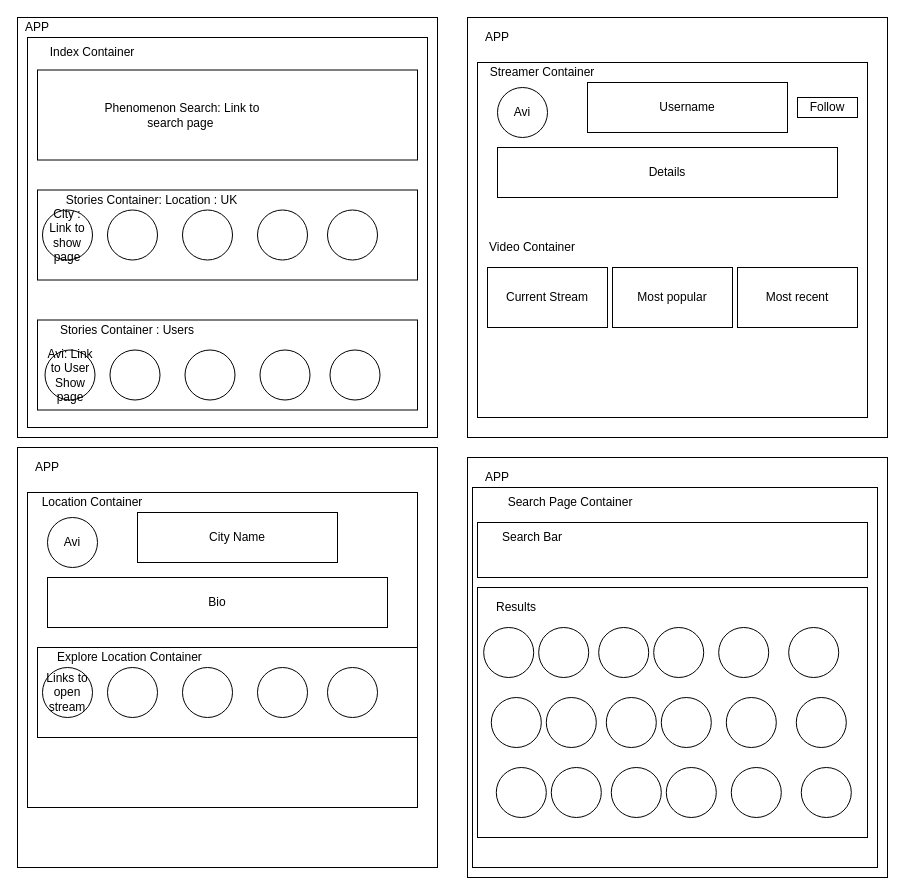
The draw.io diagram frontend.drawio in gbenga/stream-nature-frontend, before the edit. Source tidied: cells renumbered, new cells numbered last; positions are measured from the earlier drawing's top-left corner, leaving out a move shared by most shapes. Both pictures are drawn from the tidied source at 100%, with x=0, y=0 at pixel (17, 17).
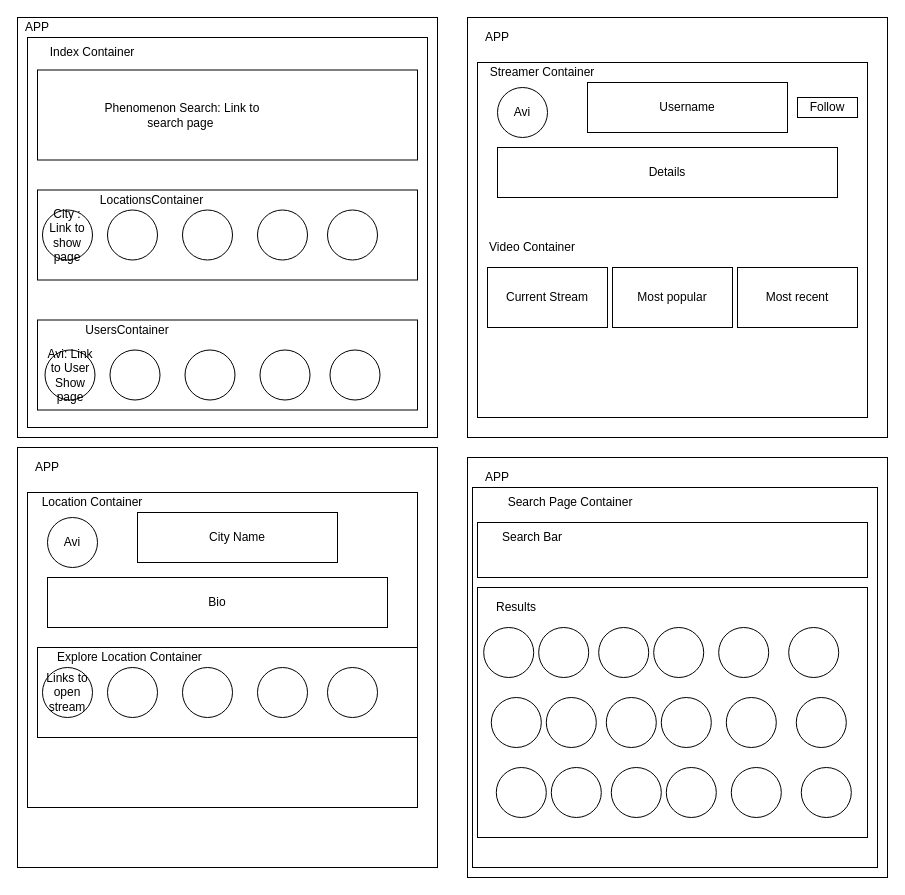
Above is the later version.

What changed in the source:
```diff
@@
-    <mxCell id="24" value="Stories Container: Location : UK" style="text;html=1;strokeColor=none;fillColor=none;align=center;verticalAlign=middle;whiteSpace=wrap;rounded=0;" parent="1" vertex="1">
+    <mxCell id="24" value="LocationsContainer" style="text;html=1;strokeColor=none;fillColor=none;align=center;verticalAlign=middle;whiteSpace=wrap;rounded=0;" parent="1" vertex="1">
       <mxGeometry x="27.5" y="172.5" width="212.5" height="20" as="geometry" />
     </mxCell>
-    <mxCell id="25" value="Stories Container : Users" style="text;html=1;strokeColor=none;fillColor=none;align=center;verticalAlign=middle;whiteSpace=wrap;rounded=0;" parent="1" vertex="1">
+    <mxCell id="25" value="UsersContainer" style="text;html=1;strokeColor=none;fillColor=none;align=center;verticalAlign=middle;whiteSpace=wrap;rounded=0;" parent="1" vertex="1">
       <mxGeometry x="20" y="302.5" width="180" height="20" as="geometry" />
     </mxCell>
```
